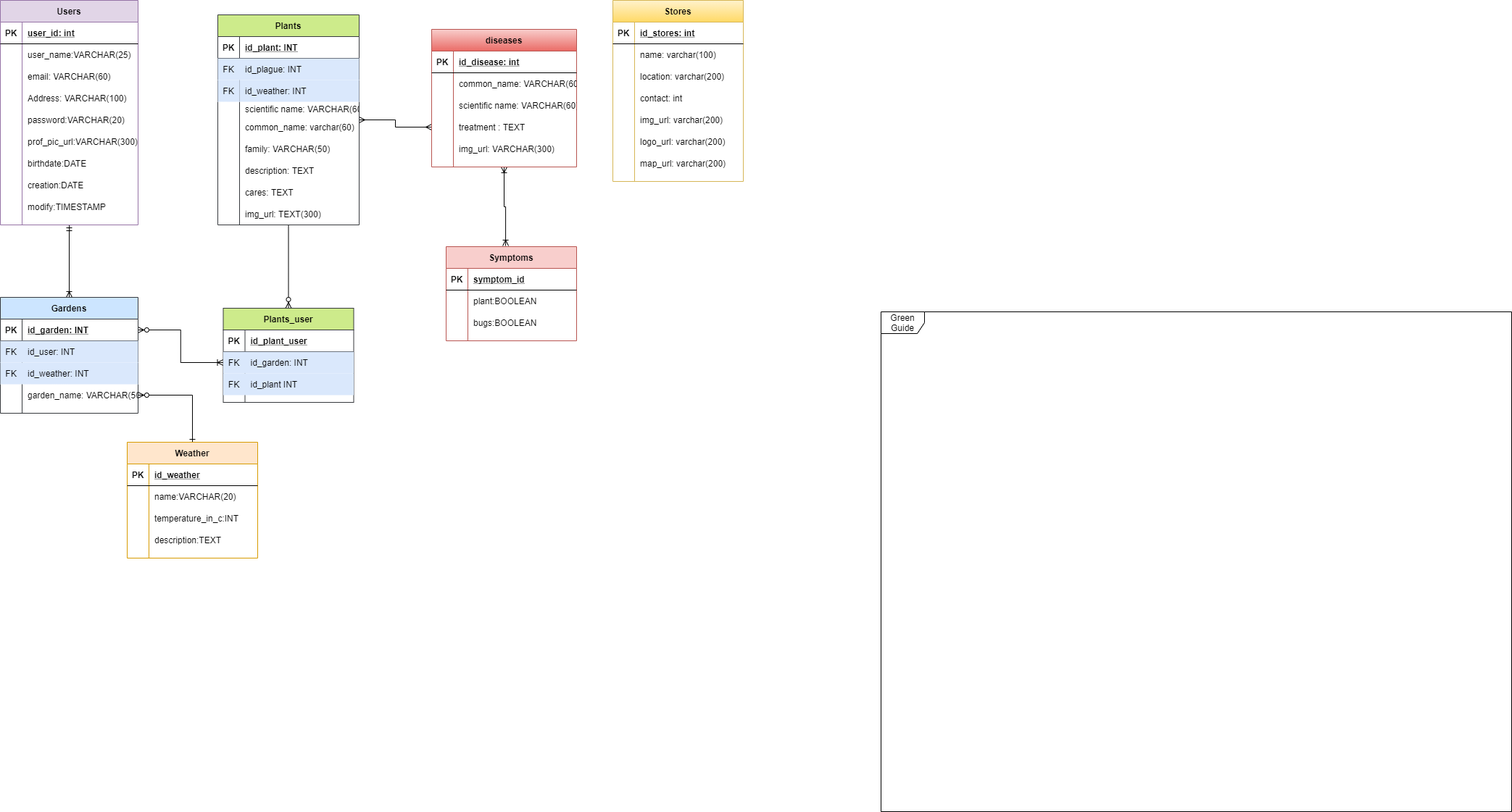
The draw.io diagram Untitled Diagram.png in Green-Guide-utch/Entity-Relationship-Model, before a commit. Source tidied: cells renumbered, new cells last; positions are measured from the earlier drawing's top-left corner, leaving out a move shared by most shapes.
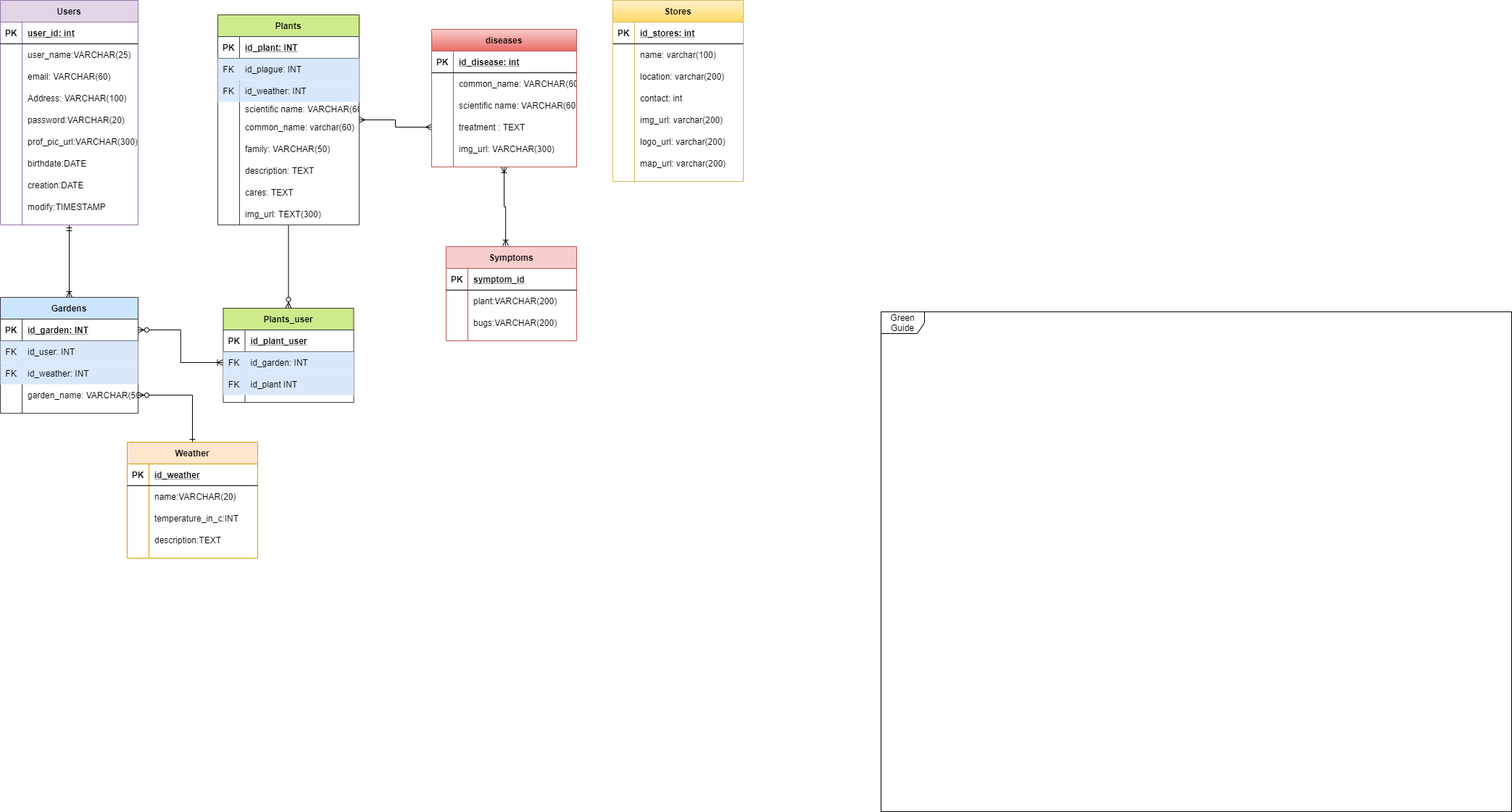
Above is the later version.

The edit, as a diff of the source:
```diff
@@ -275,7 +275,7 @@
     <mxCell id="92" style="shape=partialRectangle;fillColor=none;top=0;left=0;bottom=0;right=0;overflow=hidden;" parent="91" vertex="1">
       <mxGeometry width="30" height="30" as="geometry" />
     </mxCell>
-    <mxCell id="93" value="plant:BOOLEAN" style="shape=partialRectangle;fillColor=none;top=0;left=0;bottom=0;right=0;align=left;spacingLeft=6;overflow=hidden;" parent="91" vertex="1">
+    <mxCell id="93" value="plant:VARCHAR(200)" style="shape=partialRectangle;fillColor=none;top=0;left=0;bottom=0;right=0;align=left;spacingLeft=6;overflow=hidden;" parent="91" vertex="1">
       <mxGeometry x="30" width="150" height="30" as="geometry" />
     </mxCell>
     <mxCell id="94" style="shape=partialRectangle;fillColor=none;top=0;left=0;bottom=0;right=0;" parent="87" vertex="1">
@@ -284,7 +284,7 @@
     <mxCell id="95" style="shape=partialRectangle;fillColor=none;top=0;left=0;bottom=0;right=0;overflow=hidden;" parent="94" vertex="1">
       <mxGeometry width="30" height="30" as="geometry" />
     </mxCell>
-    <mxCell id="96" value="bugs:BOOLEAN" style="shape=partialRectangle;fillColor=none;top=0;left=0;bottom=0;right=0;align=left;spacingLeft=6;overflow=hidden;" parent="94" vertex="1">
+    <mxCell id="96" value="bugs:VARCHAR(200)" style="shape=partialRectangle;fillColor=none;top=0;left=0;bottom=0;right=0;align=left;spacingLeft=6;overflow=hidden;" parent="94" vertex="1">
       <mxGeometry x="30" width="150" height="30" as="geometry" />
     </mxCell>
     <mxCell id="97" value="Users" style="shape=table;startSize=30;rowLines=0;fontStyle=1;align=center;fillColor=#e1d5e7;strokeColor=#9673a6;" parent="1" vertex="1">
```
